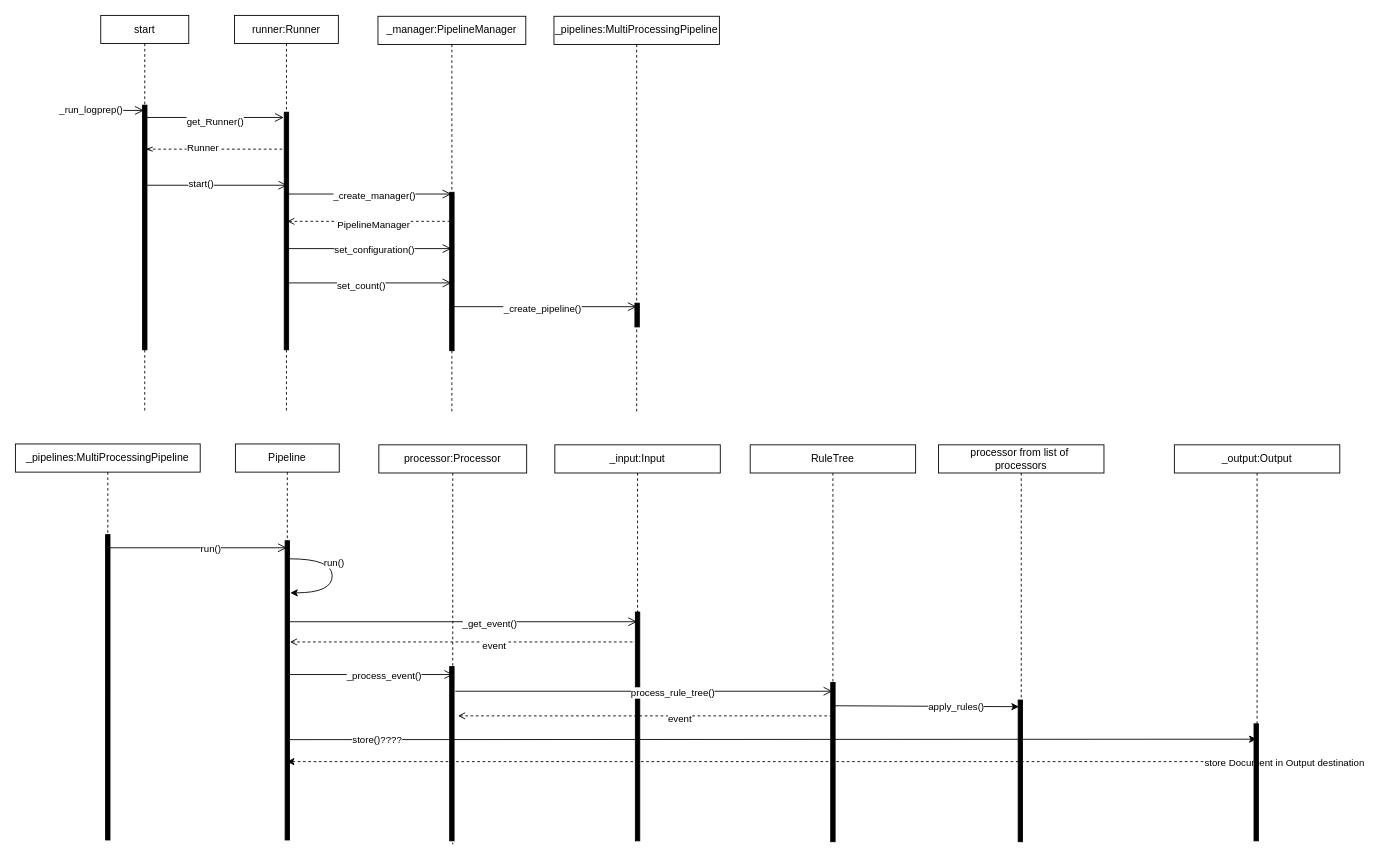
This is page "sequence_entwurf" (1 of 2) of doc/source/development/architecture/diagramms/logprep_start.drawio from fkie-cad/Logprep, a draw.io file, before an edit. Source tidied: cells renumbered, new cells numbered last; positions are measured from the earlier drawing's top-left corner, leaving out a move shared by most shapes. Both pictures are drawn from the tidied source at 88%, with x=0, y=0 at pixel (15, 15).
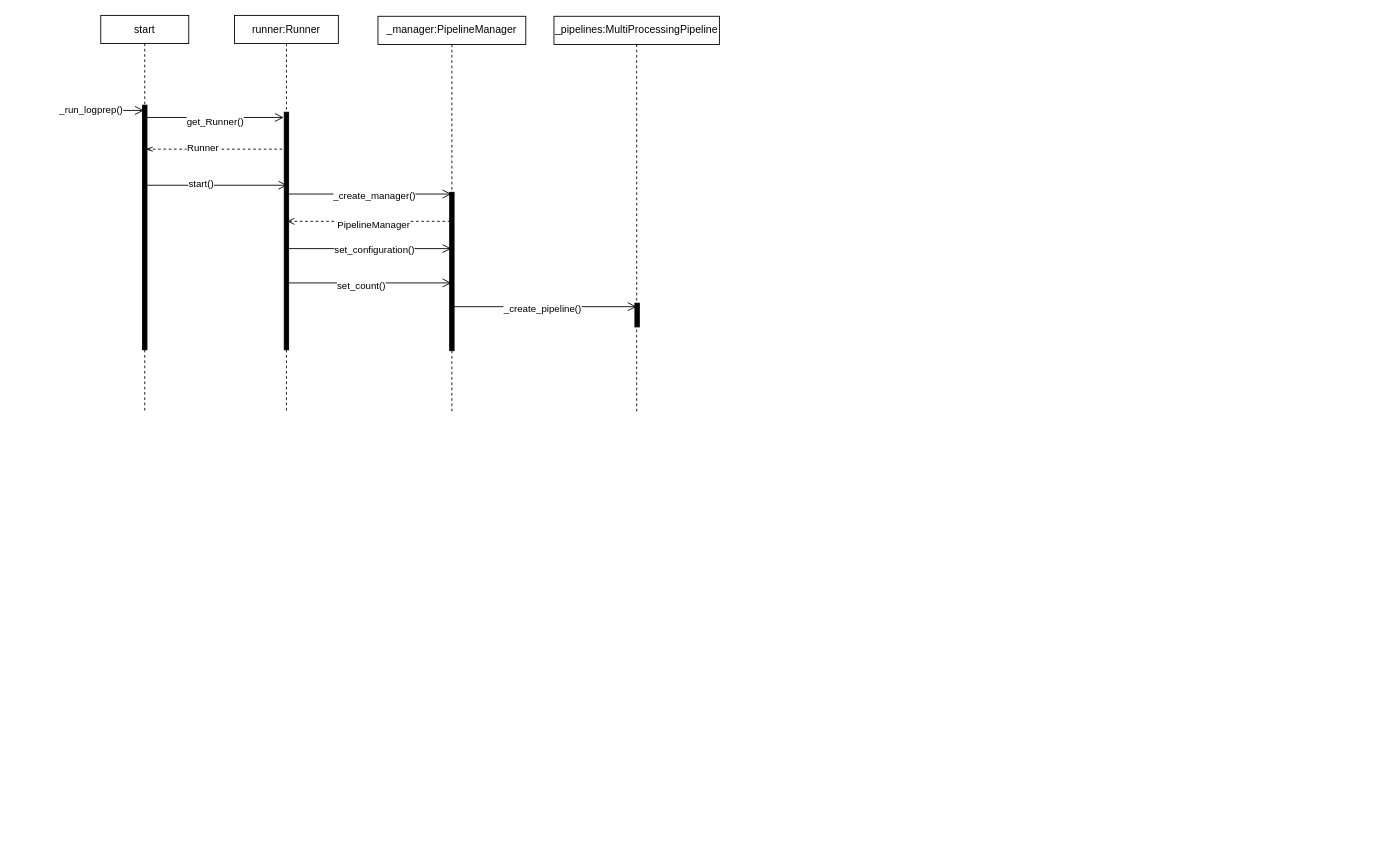
Above is the later version.

Diff of the diagram source:
```diff
@@
-    <mxCell id="28" value="_pipelines:MultiProcessingPipeline" style="shape=umlLifeline;perimeter=lifelinePerimeter;whiteSpace=wrap;html=1;outlineConnect=0;gradientColor=none;size=32;" parent="1" vertex="1">
-      <mxGeometry y="487" width="210" height="452" as="geometry" />
-    </mxCell>
-    <mxCell id="29" value="c" style="html=1;perimeter=orthogonalPerimeter;fillColor=strokeColor;" parent="28" vertex="1">
-      <mxGeometry x="102.5" y="103" width="5" height="347" as="geometry" />
-    </mxCell>
-    <mxCell id="30" style="edgeStyle=none;html=1;dashed=1;startArrow=classic;startFill=1;endArrow=none;endFill=0;" parent="28" edge="1" source="32">
-      <mxGeometry relative="1" as="geometry">
-        <mxPoint x="1408.5" y="361" as="targetPoint" />
-      </mxGeometry>
-    </mxCell>
-    <mxCell id="31" value="store Document in Output destination" style="edgeLabel;html=1;align=center;verticalAlign=middle;" parent="30" vertex="1">
-      <mxGeometry x="-0.82" relative="1" as="geometry">
-        <mxPoint x="1034" as="offset" />
-      </mxGeometry>
-    </mxCell>
-    <mxCell id="32" value="Pipeline" style="shape=umlLifeline;perimeter=lifelinePerimeter;whiteSpace=wrap;html=1;outlineConnect=0;gradientColor=none;size=32;" parent="1" vertex="1">
-      <mxGeometry x="250" y="487" width="118" height="452" as="geometry" />
-    </mxCell>
-    <mxCell id="33" style="html=1;perimeter=orthogonalPerimeter;fillColor=strokeColor;rounded=0;" parent="32" vertex="1">
-      <mxGeometry x="56.5" y="110" width="5" height="340" as="geometry" />
-    </mxCell>
-    <mxCell id="34" style="endArrow=none;startArrow=classic;endFill=0;startFill=1;endSize=8;html=1;verticalAlign=bottom;labelBackgroundColor=none;strokeWidth=1;edgeStyle=orthogonalEdgeStyle;exitX=1.143;exitY=0.294;exitDx=0;exitDy=0;exitPerimeter=0;elbow=vertical;curved=1;entryX=0.998;entryY=0.519;entryDx=0;entryDy=0;entryPerimeter=0;" parent="32" edge="1">
-      <mxGeometry relative="1" as="geometry">
-        <mxPoint x="62.3" y="169.2" as="sourcePoint" />
-        <mxPoint x="61.5" y="130.5" as="targetPoint" />
-        <Array as="points">
-          <mxPoint x="110" y="169" />
-          <mxPoint x="110" y="131" />
-          <mxPoint x="62" y="131" />
-        </Array>
-      </mxGeometry>
-    </mxCell>
-    <mxCell id="35" value="run()" style="edgeLabel;html=1;align=center;verticalAlign=middle;" parent="34" vertex="1">
-      <mxGeometry x="0.2" y="-1" relative="1" as="geometry">
-        <mxPoint y="-1" as="offset" />
-      </mxGeometry>
-    </mxCell>
-    <mxCell id="36" style="endArrow=open;startArrow=none;endFill=0;startFill=0;endSize=8;html=1;verticalAlign=bottom;labelBackgroundColor=none;strokeWidth=1;exitX=0.493;exitY=0.261;exitDx=0;exitDy=0;exitPerimeter=0;" parent="1" edge="1" source="28" target="32">
-      <mxGeometry relative="1" as="geometry" />
-    </mxCell>
-    <mxCell id="37" value="run()" style="edgeLabel;html=1;align=center;verticalAlign=middle;" parent="36" vertex="1">
-      <mxGeometry x="0.15" y="-1" relative="1" as="geometry" />
-    </mxCell>
-    <mxCell id="38" value="processor:Processor" style="shape=umlLifeline;perimeter=lifelinePerimeter;whiteSpace=wrap;html=1;gradientColor=none;size=32;" parent="1" vertex="1">
-      <mxGeometry x="413" y="488" width="168" height="454" as="geometry" />
-    </mxCell>
-    <mxCell id="39" style="html=1;perimeter=orthogonalPerimeter;fillColor=strokeColor;" parent="38" vertex="1">
-      <mxGeometry x="80.5" y="252" width="5" height="198" as="geometry" />
-    </mxCell>
-    <mxCell id="40" style="endArrow=open;startArrow=none;endFill=0;startFill=0;endSize=8;html=1;verticalAlign=bottom;labelBackgroundColor=none;strokeWidth=1;" parent="38" edge="1">
-      <mxGeometry relative="1" as="geometry">
-        <mxPoint x="-103" y="201" as="sourcePoint" />
-        <mxPoint x="293.5" y="201" as="targetPoint" />
-      </mxGeometry>
-    </mxCell>
-    <mxCell id="41" value="_get_event()" style="edgeLabel;html=1;align=center;verticalAlign=middle;" parent="40" vertex="1">
-      <mxGeometry x="0.15" y="-1" relative="1" as="geometry" />
-    </mxCell>
-    <mxCell id="42" style="endArrow=none;startArrow=open;endFill=0;startFill=0;endSize=8;html=1;verticalAlign=bottom;dashed=1;labelBackgroundColor=none;" parent="38" edge="1">
-      <mxGeometry relative="1" as="geometry">
-        <mxPoint x="-101" y="224" as="sourcePoint" />
-        <mxPoint x="293.5" y="224" as="targetPoint" />
-      </mxGeometry>
-    </mxCell>
-    <mxCell id="43" value="event" style="edgeLabel;html=1;align=center;verticalAlign=middle;" parent="42" vertex="1">
-      <mxGeometry x="0.29" y="-3" relative="1" as="geometry">
-        <mxPoint x="-23" as="offset" />
-      </mxGeometry>
-    </mxCell>
-    <mxCell id="44" value="_input:Input" style="shape=umlLifeline;perimeter=lifelinePerimeter;whiteSpace=wrap;html=1;gradientColor=none;size=32;" parent="1" vertex="1">
-      <mxGeometry x="613" y="488" width="188" height="451" as="geometry" />
-    </mxCell>
-    <mxCell id="45" style="html=1;perimeter=orthogonalPerimeter;fillColor=strokeColor;" parent="44" vertex="1">
-      <mxGeometry x="91.5" y="190" width="5" height="260" as="geometry" />
-    </mxCell>
-    <mxCell id="46" style="endArrow=open;startArrow=none;endFill=0;startFill=0;endSize=8;html=1;verticalAlign=bottom;labelBackgroundColor=none;strokeWidth=1;" parent="44" edge="1" target="52">
-      <mxGeometry relative="1" as="geometry">
-        <mxPoint x="-113" y="280" as="sourcePoint" />
-      </mxGeometry>
-    </mxCell>
-    <mxCell id="47" value="process_rule_tree()" style="edgeLabel;html=1;align=center;verticalAlign=middle;" parent="46" vertex="1">
-      <mxGeometry x="0.15" y="-1" relative="1" as="geometry" />
-    </mxCell>
-    <mxCell id="48" style="endArrow=open;startArrow=none;endFill=0;startFill=0;endSize=8;html=1;verticalAlign=bottom;labelBackgroundColor=none;strokeWidth=1;exitX=0.493;exitY=0.261;exitDx=0;exitDy=0;exitPerimeter=0;" parent="1" edge="1">
-      <mxGeometry relative="1" as="geometry">
-        <mxPoint x="311.5" y="749" as="sourcePoint" />
-        <mxPoint x="497.5" y="749" as="targetPoint" />
-      </mxGeometry>
-    </mxCell>
-    <mxCell id="49" value="_process_event()" style="edgeLabel;html=1;align=center;verticalAlign=middle;" parent="48" vertex="1">
-      <mxGeometry x="0.15" y="-1" relative="1" as="geometry" />
-    </mxCell>
-    <mxCell id="50" style="edgeStyle=none;html=1;entryX=0.18;entryY=0.047;entryDx=0;entryDy=0;entryPerimeter=0;" parent="1" edge="1" target="57">
-      <mxGeometry relative="1" as="geometry">
-        <mxPoint x="928.5" y="784.5" as="sourcePoint" />
-      </mxGeometry>
-    </mxCell>
-    <mxCell id="51" value="apply_rules()" style="edgeLabel;html=1;align=center;verticalAlign=middle;" parent="50" vertex="1">
-      <mxGeometry x="0.31" relative="1" as="geometry">
-        <mxPoint x="1" as="offset" />
-      </mxGeometry>
-    </mxCell>
-    <mxCell id="52" value="RuleTree" style="shape=umlLifeline;perimeter=lifelinePerimeter;whiteSpace=wrap;html=1;outlineConnect=0;gradientColor=none;size=32;" parent="1" vertex="1">
-      <mxGeometry x="835" y="488" width="188" height="451" as="geometry" />
-    </mxCell>
-    <mxCell id="53" style="html=1;perimeter=orthogonalPerimeter;fillColor=strokeColor;" parent="52" vertex="1">
-      <mxGeometry x="91.5" y="270" width="5" height="181" as="geometry" />
-    </mxCell>
-    <mxCell id="54" style="edgeStyle=none;html=1;" parent="1" edge="1">
-      <mxGeometry relative="1" as="geometry">
-        <mxPoint x="310" y="823" as="sourcePoint" />
-        <mxPoint x="1410.5" y="822.5" as="targetPoint" />
-      </mxGeometry>
-    </mxCell>
-    <mxCell id="55" value="store()????" style="edgeLabel;html=1;align=center;verticalAlign=middle;" parent="54" vertex="1">
-      <mxGeometry x="-0.82" relative="1" as="geometry">
-        <mxPoint x="2" as="offset" />
-      </mxGeometry>
-    </mxCell>
-    <mxCell id="56" value="processor from list of&amp;nbsp;&lt;br&gt;processors" style="shape=umlLifeline;perimeter=lifelinePerimeter;whiteSpace=wrap;html=1;gradientColor=none;size=32;" parent="1" vertex="1">
-      <mxGeometry x="1049" y="488" width="188" height="451" as="geometry" />
-    </mxCell>
-    <mxCell id="57" style="html=1;points=[];perimeter=orthogonalPerimeter;fillColor=strokeColor;" parent="56" vertex="1">
-      <mxGeometry x="90.5" y="290" width="5" height="161" as="geometry" />
-    </mxCell>
-    <mxCell id="58" style="endArrow=none;startArrow=open;endFill=0;startFill=0;endSize=8;html=1;verticalAlign=bottom;dashed=1;labelBackgroundColor=none;" parent="1" edge="1" target="52">
-      <mxGeometry relative="1" as="geometry">
-        <mxPoint x="503" y="796" as="sourcePoint" />
-      </mxGeometry>
-    </mxCell>
-    <mxCell id="59" value="event" style="edgeLabel;html=1;align=center;verticalAlign=middle;" parent="58" vertex="1">
-      <mxGeometry x="0.29" y="-3" relative="1" as="geometry">
-        <mxPoint x="-23" as="offset" />
-      </mxGeometry>
-    </mxCell>
-    <mxCell id="60" value="_output:Output" style="shape=umlLifeline;perimeter=lifelinePerimeter;whiteSpace=wrap;html=1;gradientColor=none;size=32;" parent="1" vertex="1">
-      <mxGeometry x="1317" y="488" width="188" height="451" as="geometry" />
-    </mxCell>
-    <mxCell id="61" style="html=1;perimeter=orthogonalPerimeter;fillColor=strokeColor;" parent="60" vertex="1">
-      <mxGeometry x="90.5" y="317" width="5" height="133" as="geometry" />
-    </mxCell>
```
